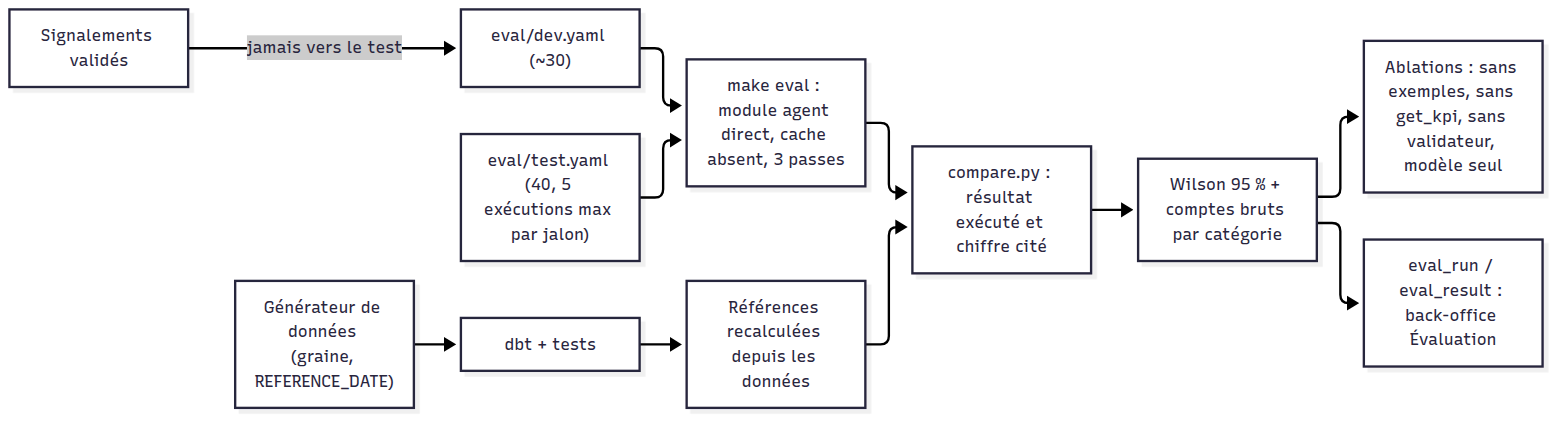
justefrank/decision-agent-IA keeps this Mermaid diagram as docs/diagrams/png/12-evaluation.png. Above is the earlier version. Its source is kept beside it as docs/diagrams/12-evaluation.mmd.
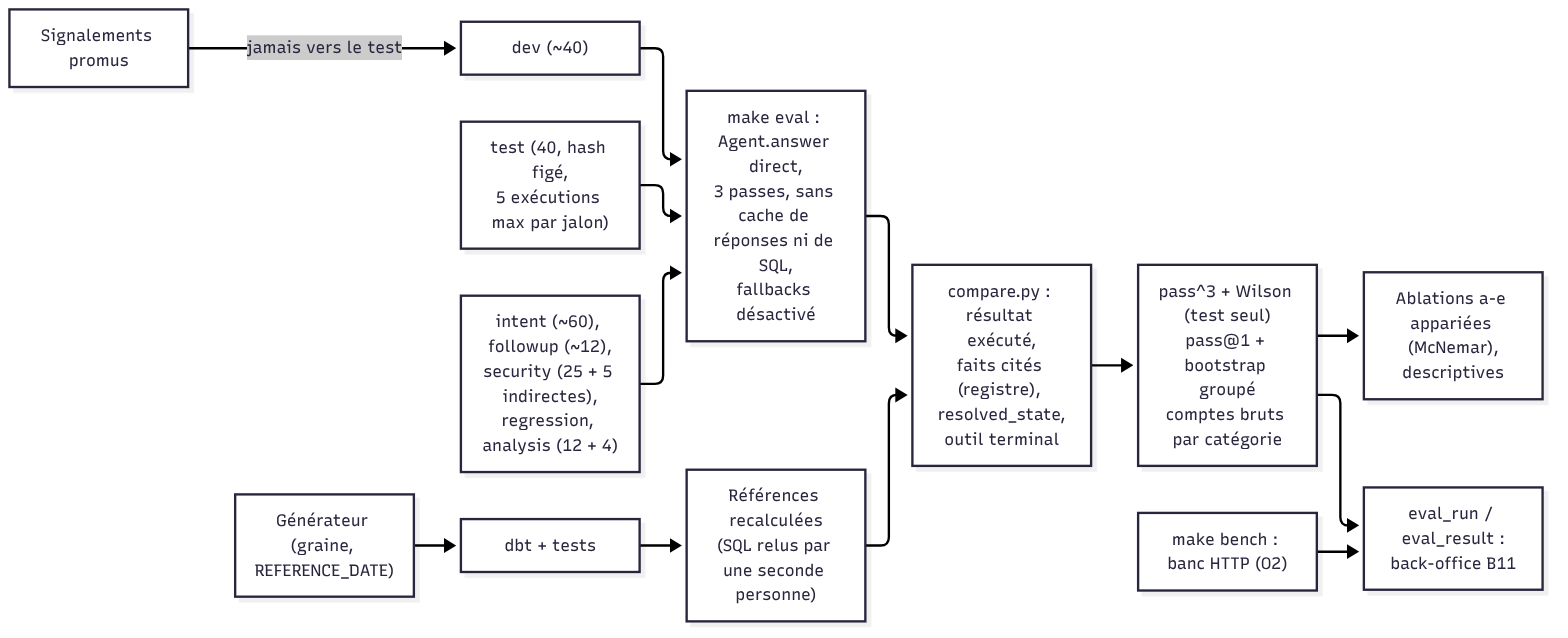
Later version of the same file.

Diff of the diagram source:
```diff
@@ -1,11 +1,13 @@
 flowchart LR
-  GEN["Générateur de données (graine, REFERENCE_DATE)"] --> DBT["dbt + tests"]
-  DBT --> REF["Références recalculées depuis les données"]
-  DEV["eval/dev.yaml (~30)"] --> RUN
-  TEST["eval/test.yaml (40, 5 exécutions max par jalon)"] --> RUN
-  RUN["make eval : module agent direct, cache absent, 3 passes"] --> CMP["compare.py : résultat exécuté et chiffre cité"]
+  GEN["Générateur (graine, REFERENCE_DATE)"] --> DBT["dbt + tests"]
+  DBT --> REF["Références recalculées<br/>(SQL relus par une seconde personne)"]
+  TEST["test (40, hash figé,<br/>5 exécutions max par jalon)"] --> RUN
+  DEV["dev (~40)"] --> RUN
+  OTH["intent (~60), followup (~12),<br/>security (25 + 5 indirectes),<br/>regression, analysis (12 + 4)"] --> RUN
+  RUN["make eval : Agent.answer direct,<br/>3 passes, sans cache de réponses ni de SQL,<br/>fallbacks désactivé"] --> CMP["compare.py : résultat exécuté,<br/>faits cités (registre), resolved_state,<br/>outil terminal"]
   REF --> CMP
-  CMP --> STAT["Wilson 95 % + comptes bruts par catégorie"]
-  STAT --> ABL["Ablations : sans exemples, sans get_kpi, sans validateur, modèle seul"]
-  STAT --> BO["eval_run / eval_result : back-office Évaluation"]
-  FB["Signalements validés"] -- "jamais vers le test" --> DEV
+  CMP --> STAT["pass^3 + Wilson (test seul)<br/>pass@1 + bootstrap groupé<br/>comptes bruts par catégorie"]
+  STAT --> ABL["Ablations a-e appariées (McNemar),<br/>descriptives"]
+  STAT --> BO["eval_run / eval_result :<br/>back-office B11"]
+  BENCH["make bench : banc HTTP (O2)"] --> BO
+  FB["Signalements promus"] -- "jamais vers le test" --> DEV
```
